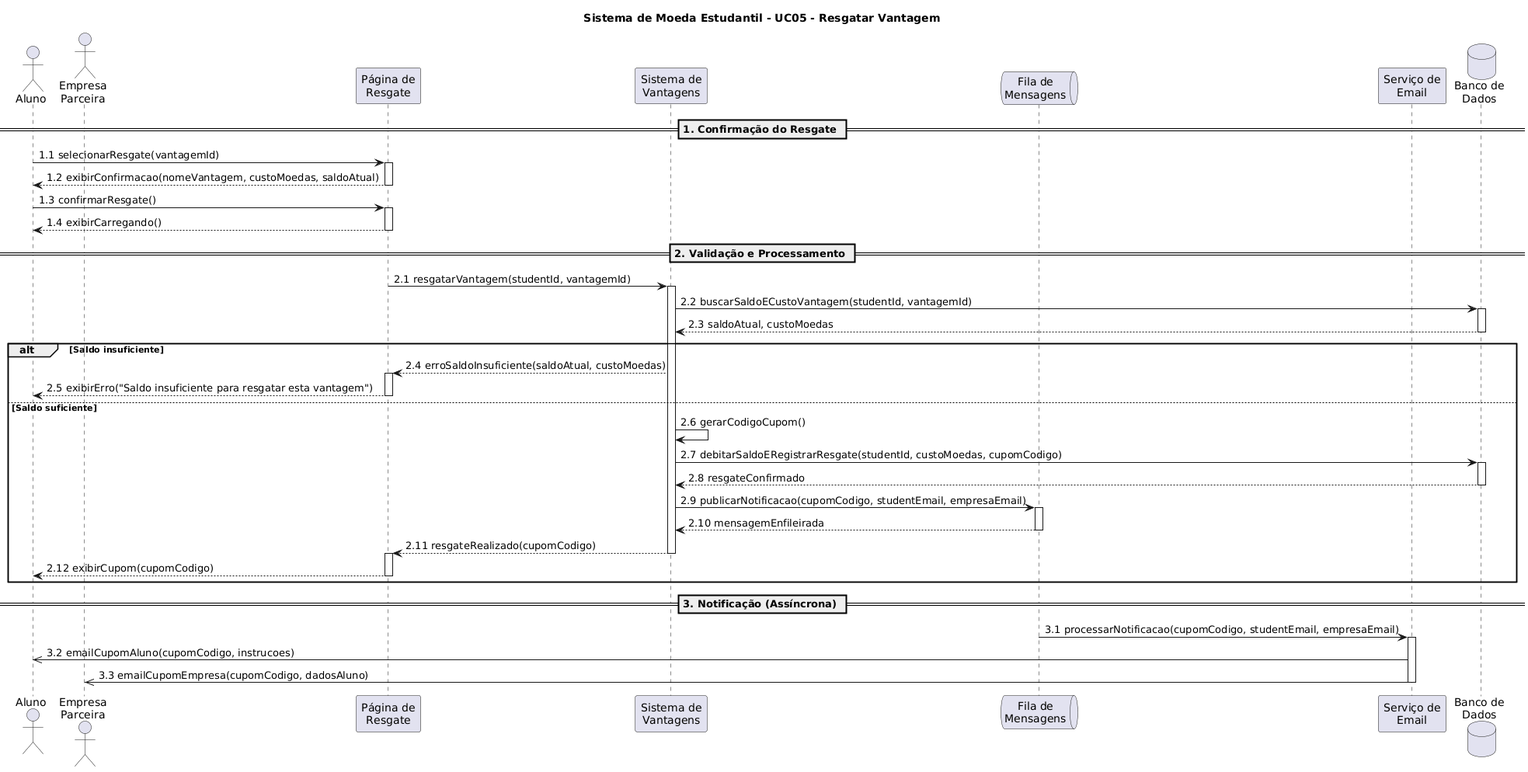
This is docs/diagramas/Diagrama-de-sequencia/UC05/UC05-ResgatarVantagens.png from LauraPontara/lab-sistema-moeda-estudantil, a PlantUML export, as it was before one commit.
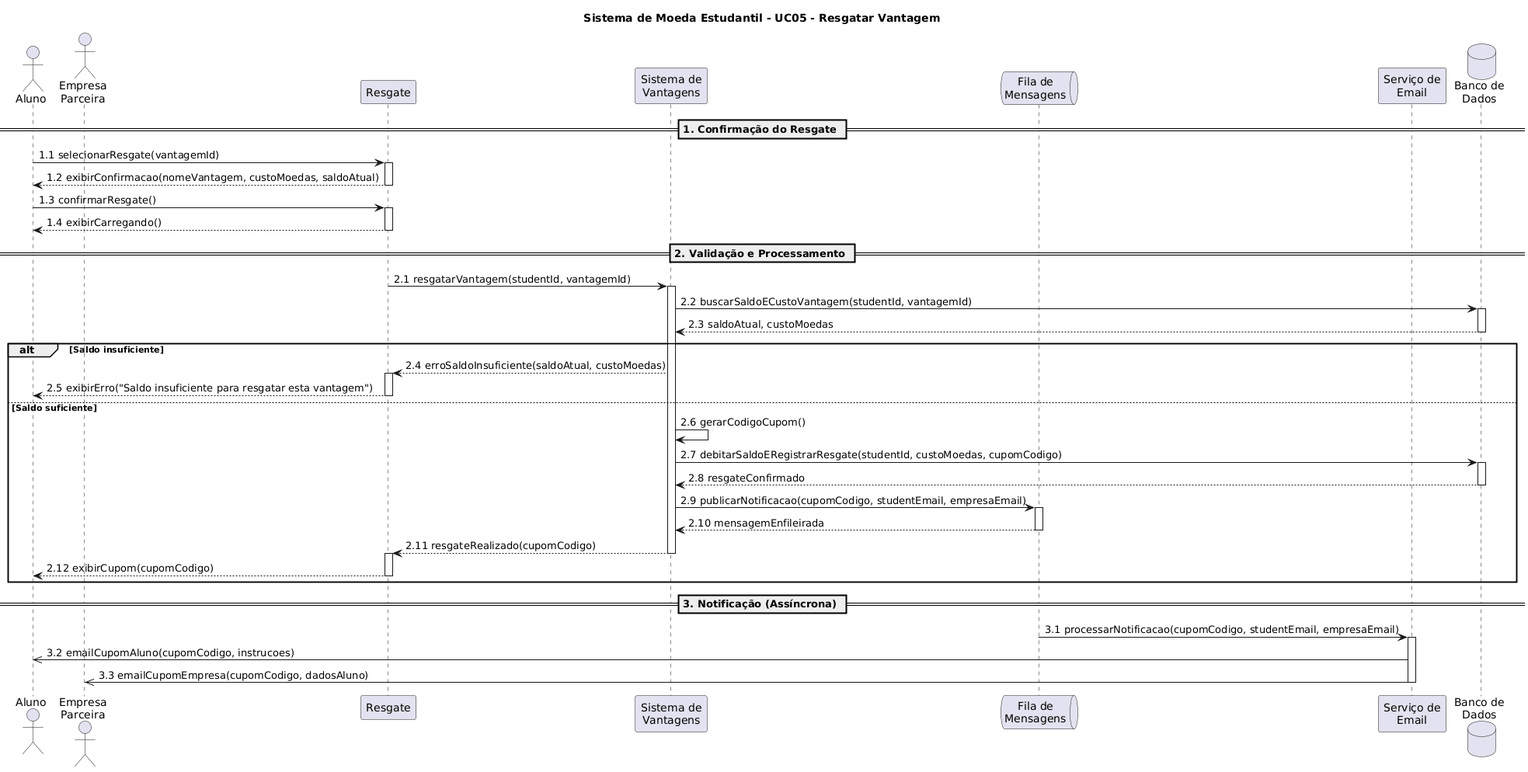
The same file after the commit.

Diff of the diagram source:
```diff
@@ -3,7 +3,7 @@
 
 actor "Aluno" as A
 actor "Empresa\nParceira" as E
-participant "Página de\nResgate" as PR
+participant "Resgate" as PR
 participant "Sistema de\nVantagens" as SV
 queue "Fila de\nMensagens" as FM
 participant "Serviço de\nEmail" as SE
```
